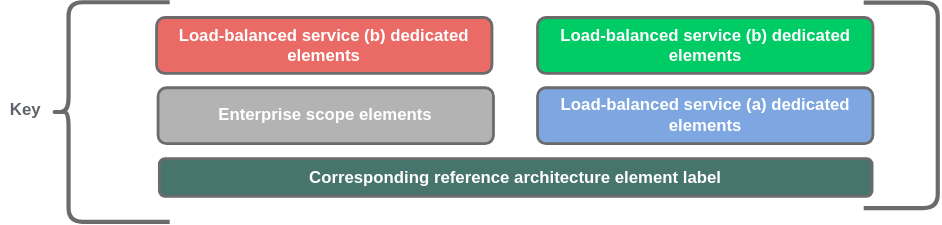
Earlier version of the draw.io export pages/articles/dglb/dglb-zones-key.drawio.svg (menckend/writing). Source tidied: cells renumbered, new cells last; positions are measured from the earlier drawing's top-left corner, leaving out a move shared by most shapes. The source it was exported from:
```xml
<mxGraphModel>
  <root>
    <mxCell id="0" />
    <mxCell id="1" parent="0" />
    <mxCell id="2" style="shape=curlyBracket;whiteSpace=wrap;html=1;rounded=1;labelPosition=left;verticalLabelPosition=middle;align=right;verticalAlign=middle;rotation=-180;strokeColor=#6B6B6B;strokeWidth=3;size=0.14159880339039357;direction=west;labelBackgroundColor=none;fontColor=#5F636A;" parent="1" vertex="1">
      <mxGeometry x="37.1" y="0.1" width="84.3" height="157.1" as="geometry" />
    </mxCell>
    <mxCell id="3" value="&lt;b&gt;Key&lt;/b&gt;" style="text;html=1;fillColor=none;align=center;verticalAlign=middle;whiteSpace=wrap;rounded=0;fontSize=12;labelBackgroundColor=none;fontColor=#5F636A;" parent="1" vertex="1">
      <mxGeometry x="0.2" y="67.9" width="36.7" height="18.4" as="geometry" />
    </mxCell>
    <mxCell id="4" style="shape=curlyBracket;whiteSpace=wrap;html=1;rounded=1;labelPosition=left;verticalLabelPosition=middle;align=right;verticalAlign=middle;rotation=-180;strokeColor=#6B6B6B;strokeWidth=3;size=0;direction=east;labelBackgroundColor=#C7C7C7;fontColor=#5F636A;" parent="1" vertex="1">
      <mxGeometry x="618" y="0.4" width="53" height="147" as="geometry" />
    </mxCell>
    <mxCell id="5" value="Enterprise scope elements" style="rounded=1;whiteSpace=wrap;html=1;strokeColor=#6B6B6B;strokeWidth=2;fontColor=#FFFFFF;align=center;fillColor=#B3B3B3;labelBackgroundColor=none;fontStyle=1;" parent="1" vertex="1">
      <mxGeometry x="113.1" y="61.3" width="240" height="40" as="geometry" />
    </mxCell>
    <mxCell id="6" value="Load-balanced service (a) dedicated elements" style="rounded=1;whiteSpace=wrap;html=1;strokeColor=#6B6B6B;strokeWidth=2;fontColor=#FFFFFF;align=center;fillColor=#7EA6E0;labelBackgroundColor=none;fontStyle=1;" parent="1" vertex="1">
      <mxGeometry x="384.6" y="61.3" width="240" height="40" as="geometry" />
    </mxCell>
    <mxCell id="7" value="Load-balanced service (b) dedicated elements" style="rounded=1;whiteSpace=wrap;html=1;strokeColor=#6B6B6B;strokeWidth=2;fontColor=#FFFFFF;align=center;fillColor=#00CC66;labelBackgroundColor=none;fontStyle=1;" parent="1" vertex="1">
      <mxGeometry x="384.6" y="11" width="240" height="40" as="geometry" />
    </mxCell>
    <mxCell id="8" value="Load-balanced service (b) dedicated elements" style="rounded=1;whiteSpace=wrap;html=1;strokeColor=#6B6B6B;strokeWidth=2;fontColor=#FFFFFF;align=center;fillColor=#EA6B66;labelBackgroundColor=none;fontStyle=1;" parent="1" vertex="1">
      <mxGeometry x="112" y="11" width="240" height="40" as="geometry" />
    </mxCell>
    <mxCell id="9" value="Corresponding reference architecture element label" style="rounded=1;whiteSpace=wrap;html=1;strokeColor=#6B6B6B;strokeWidth=2;fontColor=#FFFFFF;align=center;fillColor=#47756D;labelBackgroundColor=none;fontStyle=1;" parent="1" vertex="1">
      <mxGeometry x="114" y="112" width="510" height="27" as="geometry" />
    </mxCell>
  </root>
</mxGraphModel>
```
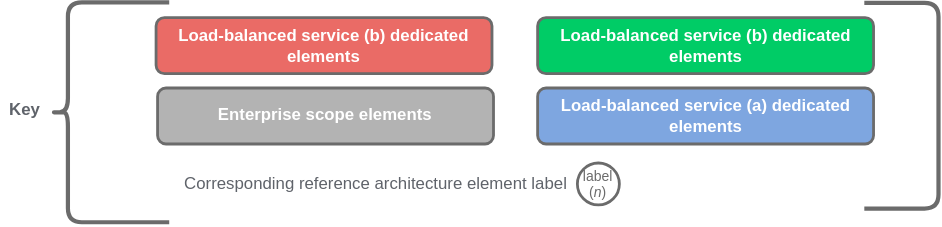
After the commit.

What changed in the source:
```diff
@@ -23,8 +23,11 @@
     <mxCell id="8" value="Load-balanced service (b) dedicated elements" style="rounded=1;whiteSpace=wrap;html=1;strokeColor=#6B6B6B;strokeWidth=2;fontColor=#FFFFFF;align=center;fillColor=#EA6B66;labelBackgroundColor=none;fontStyle=1;" parent="1" vertex="1">
       <mxGeometry x="112" y="11" width="240" height="40" as="geometry" />
     </mxCell>
+    <mxCell id="10" value="label&lt;br&gt;(&lt;i&gt;n&lt;/i&gt;)" style="ellipse;whiteSpace=wrap;html=1;fillColor=#FFFFFF;strokeColor=#6B6B6B;strokeWidth=2;fontColor=#6B6B6B;fontSize=10;" parent="1" vertex="1">
+      <mxGeometry x="413" y="114.9" width="30" height="30" as="geometry" />
+    </mxCell>
-    <mxCell id="9" value="Corresponding reference architecture element label" style="rounded=1;whiteSpace=wrap;html=1;strokeColor=#6B6B6B;strokeWidth=2;fontColor=#FFFFFF;align=center;fillColor=#47756D;labelBackgroundColor=none;fontStyle=1;" parent="1" vertex="1">
-      <mxGeometry x="114" y="112" width="510" height="27" as="geometry" />
+    <mxCell id="9" value="Corresponding reference architecture element label&lt;b&gt;&lt;br&gt;&lt;/b&gt;" style="text;html=1;fillColor=none;align=right;verticalAlign=middle;whiteSpace=wrap;rounded=0;fontSize=12;labelBackgroundColor=none;fontColor=#5F636A;" parent="1" vertex="1">
+      <mxGeometry x="115" y="99.9" width="293" height="60" as="geometry" />
     </mxCell>
   </root>
 </mxGraphModel>
```
